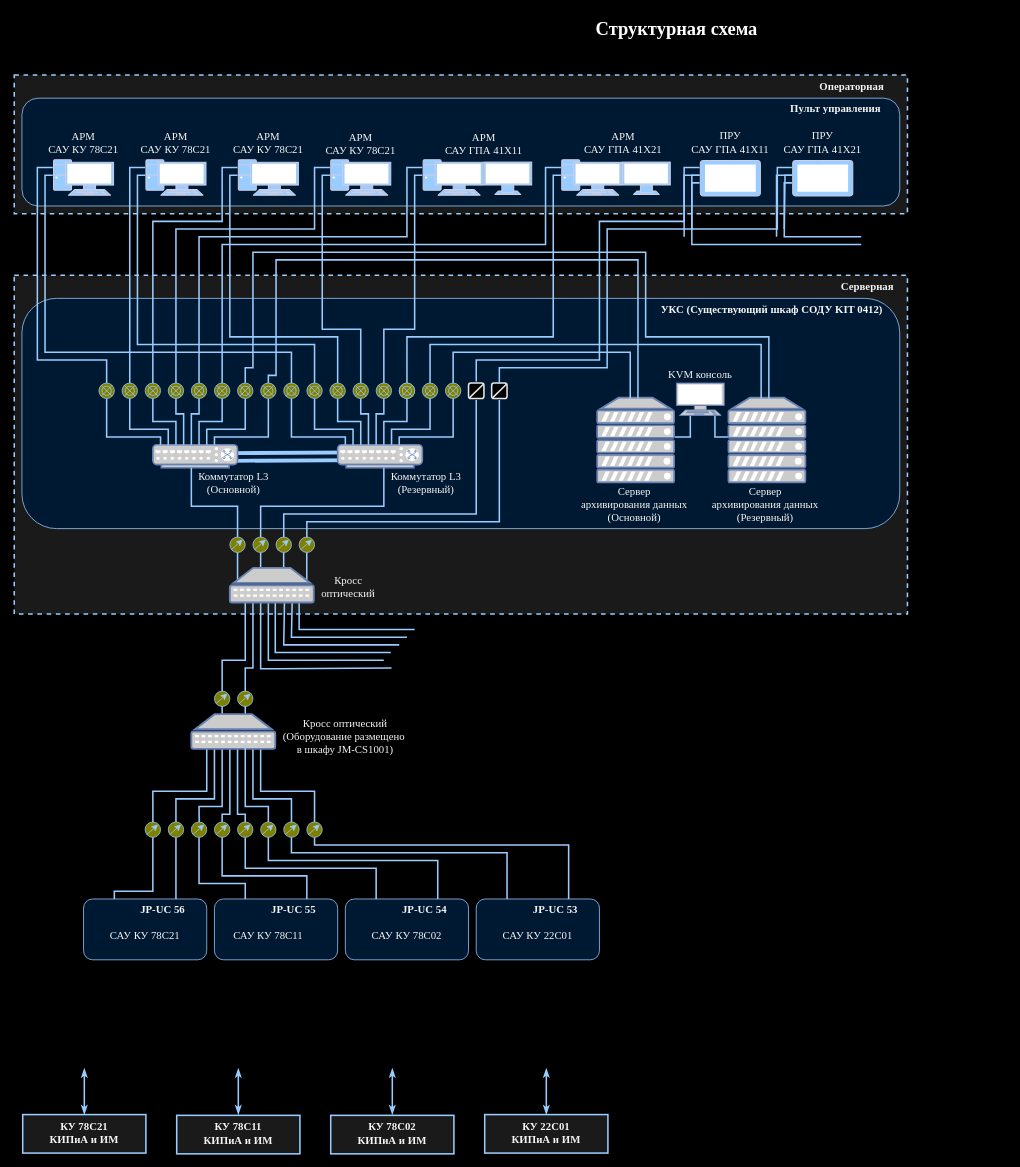
Above: Диаграмма без названия.drawio in Tretyak0ff/schemes (draw.io), before the change. Source tidied: cells renumbered, new cells numbered last; positions are measured from the earlier drawing's top-left corner, leaving out a move shared by most shapes. Both pictures are drawn from the tidied source at 77%, with x=0, y=0 at pixel (14, 13).
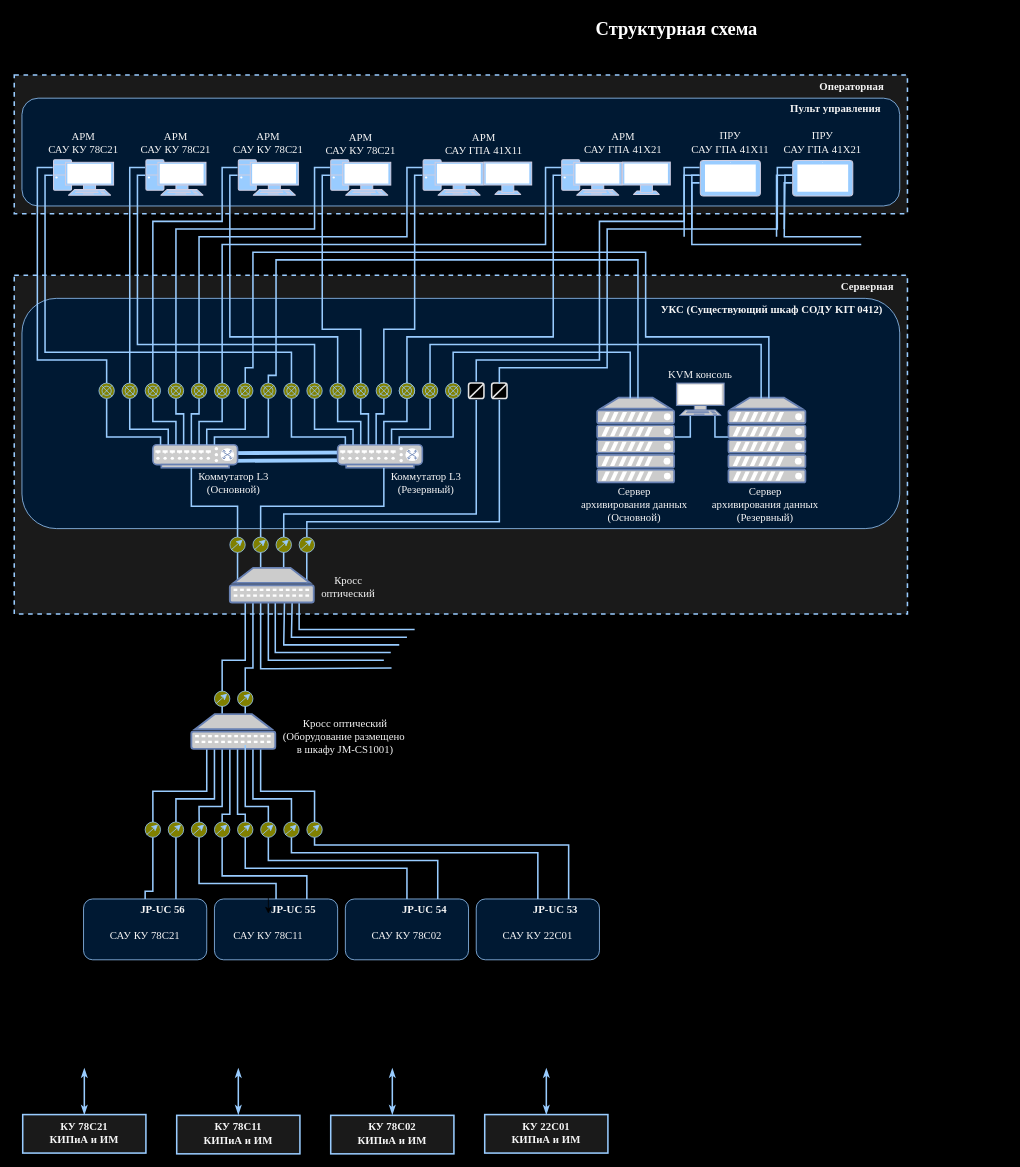
Above is the later version.

Unchanged cells that the change refers to:
```xml
<mxCell id="207" value="JP-UC 56&lt;span style=&quot;white-space: pre;&quot;&gt;&#9;&lt;/span&gt;" style="rounded=1;whiteSpace=wrap;html=1;fillColor=#001933;strokeColor=#99CCFF;align=right;verticalAlign=top;fontColor=#F5F5F5;labelBorderColor=none;strokeWidth=1;fontSize=14;fontFamily=Times New Roman;fontStyle=1;" parent="206" vertex="1">
  <mxGeometry width="160" height="79" as="geometry" />
</mxCell>
<mxCell id="210" value="JP-UC 55&lt;span style=&quot;white-space: pre;&quot;&gt;&#9;&lt;/span&gt;" style="rounded=1;whiteSpace=wrap;html=1;fillColor=#001933;strokeColor=#99CCFF;align=right;verticalAlign=top;fontColor=#F5F5F5;labelBorderColor=none;strokeWidth=1;fontSize=14;fontFamily=Times New Roman;fontStyle=1;" parent="209" vertex="1">
  <mxGeometry x="10" width="160" height="79" as="geometry" />
</mxCell>
<mxCell id="211" value="&lt;span style=&quot;text-wrap: nowrap;&quot;&gt;САУ КУ 78С1&lt;/span&gt;&lt;span style=&quot;text-wrap: nowrap; background-color: initial;&quot;&gt;1&lt;/span&gt;" style="text;whiteSpace=wrap;html=1;align=center;labelBackgroundColor=none;fontColor=#f5f5f5;verticalAlign=middle;fontSize=14;fontFamily=Times New Roman;" parent="209" vertex="1">
  <mxGeometry y="19" width="160" height="60" as="geometry" />
</mxCell>
<mxCell id="214" value="JP-UC 54&lt;span style=&quot;white-space: pre;&quot;&gt;&#9;&lt;/span&gt;" style="rounded=1;whiteSpace=wrap;html=1;fillColor=#001933;strokeColor=#99CCFF;align=right;verticalAlign=top;fontColor=#F5F5F5;labelBorderColor=none;strokeWidth=1;fontSize=14;fontFamily=Times New Roman;fontStyle=1;" parent="213" vertex="1">
  <mxGeometry width="160" height="79" as="geometry" />
</mxCell>
<mxCell id="217" value="JP-UC 53&lt;span style=&quot;white-space: pre;&quot;&gt;&#9;&lt;/span&gt;" style="rounded=1;whiteSpace=wrap;html=1;fillColor=#001933;strokeColor=#99CCFF;align=right;verticalAlign=top;fontColor=#F5F5F5;labelBorderColor=none;strokeWidth=1;fontSize=14;fontFamily=Times New Roman;fontStyle=1;" parent="216" vertex="1">
  <mxGeometry width="160" height="79" as="geometry" />
</mxCell>
<mxCell id="221" style="strokeWidth=1;html=1;shape=mxgraph.flowchart.start_2;whiteSpace=wrap;strokeColor=#99CCFF;fontColor=#1A1A1A;fillColor=#808000;fillStyle=solid;" parent="205" vertex="1">
  <mxGeometry x="290" y="1050" width="20" height="20" as="geometry" />
</mxCell>
<mxCell id="223" style="strokeWidth=1;html=1;shape=mxgraph.flowchart.start_2;whiteSpace=wrap;strokeColor=#99CCFF;fontColor=#1A1A1A;fillColor=#808000;fillStyle=solid;" parent="205" vertex="1">
  <mxGeometry x="350" y="1050" width="20" height="20" as="geometry" />
</mxCell>
<mxCell id="226" style="strokeWidth=1;html=1;shape=mxgraph.flowchart.start_2;whiteSpace=wrap;strokeColor=#99CCFF;fontColor=#1A1A1A;fillColor=#808000;fillStyle=solid;" parent="225" vertex="1">
  <mxGeometry width="20" height="20" as="geometry" />
</mxCell>
<mxCell id="232" style="strokeWidth=1;html=1;shape=mxgraph.flowchart.start_2;whiteSpace=wrap;strokeColor=#99CCFF;fontColor=#1A1A1A;fillColor=#808000;fillStyle=solid;" parent="231" vertex="1">
  <mxGeometry width="20" height="20" as="geometry" />
</mxCell>
```

The edit, as a diff of the source:
```diff
@@
+    <mxCell id="248" style="edgeStyle=orthogonalEdgeStyle;rounded=0;jettySize=auto;html=1;" parent="205" edge="1" source="223" target="211">
+      <mxGeometry relative="1" as="geometry" />
+    </mxCell>
@@
     <mxCell id="224" style="endArrow=classic;html=1;rounded=0;strokeColor=#99CCFF;fontColor=#1A1A1A;exitX=0.093;exitY=0.826;exitDx=0;exitDy=0;exitPerimeter=0;entryX=0.835;entryY=0.166;entryDx=0;entryDy=0;entryPerimeter=0;" parent="205" edge="1" source="223" target="223">
-      <mxGeometry relative="1" as="geometry" />
+      <mxGeometry relative="1" as="geometry">
+        <Array as="points">
+          <mxPoint x="360" y="1060" />
+        </Array>
+      </mxGeometry>
     </mxCell>
@@
-    <mxCell id="237" style="endArrow=none;html=1;rounded=0;strokeColor=#99CCFF;fontColor=#1A1A1A;strokeWidth=2;exitX=0.25;exitY=0;exitDx=0;exitDy=0;entryX=0.5;entryY=1;entryDx=0;entryDy=0;entryPerimeter=0;" parent="205" edge="1" source="207" target="232">
+    <mxCell id="237" style="endArrow=none;html=1;rounded=0;strokeColor=#99CCFF;fontColor=#1A1A1A;strokeWidth=2;exitX=0.5;exitY=0;exitDx=0;exitDy=0;entryX=0.5;entryY=1;entryDx=0;entryDy=0;entryPerimeter=0;" parent="205" edge="1" source="207" target="232">
       <mxGeometry relative="1" as="geometry">
         <Array as="points">
-          <mxPoint x="130" y="1140" />
+          <mxPoint x="170" y="1140" />
           <mxPoint x="180" y="1140" />
         </Array>
       </mxGeometry>
     </mxCell>
@@
-    <mxCell id="239" style="endArrow=none;html=1;rounded=0;strokeColor=#99CCFF;fontColor=#1A1A1A;strokeWidth=2;exitX=0.25;exitY=0;exitDx=0;exitDy=0;entryX=0.5;entryY=1;entryDx=0;entryDy=0;entryPerimeter=0;" parent="205" edge="1" source="210" target="226">
+    <mxCell id="239" style="endArrow=none;html=1;rounded=0;strokeColor=#99CCFF;fontColor=#1A1A1A;strokeWidth=2;exitX=0.5;exitY=0;exitDx=0;exitDy=0;entryX=0.5;entryY=1;entryDx=0;entryDy=0;entryPerimeter=0;" parent="205" edge="1" source="210" target="226">
       <mxGeometry relative="1" as="geometry">
         <Array as="points">
-          <mxPoint x="300" y="1130" />
+          <mxPoint x="340" y="1130" />
           <mxPoint x="240" y="1130" />
           <mxPoint x="240" y="1090" />
         </Array>
       </mxGeometry>
     </mxCell>
@@
-    <mxCell id="241" style="endArrow=none;html=1;rounded=0;strokeColor=#99CCFF;fontColor=#1A1A1A;strokeWidth=2;exitX=0.25;exitY=0;exitDx=0;exitDy=0;entryX=0.5;entryY=1;entryDx=0;entryDy=0;entryPerimeter=0;" parent="205" edge="1" source="214" target="221">
+    <mxCell id="241" style="endArrow=none;html=1;rounded=0;strokeColor=#99CCFF;fontColor=#1A1A1A;strokeWidth=2;exitX=0.5;exitY=0;exitDx=0;exitDy=0;entryX=0.5;entryY=1;entryDx=0;entryDy=0;entryPerimeter=0;" parent="205" edge="1" source="214" target="221">
       <mxGeometry relative="1" as="geometry">
         <Array as="points">
-          <mxPoint x="470" y="1110" />
+          <mxPoint x="510" y="1110" />
           <mxPoint x="300" y="1110" />
         </Array>
       </mxGeometry>
     </mxCell>
-    <mxCell id="242" style="endArrow=none;html=1;rounded=0;strokeColor=#99CCFF;fontColor=#1A1A1A;strokeWidth=2;exitX=0.25;exitY=0;exitDx=0;exitDy=0;entryX=0.5;entryY=1;entryDx=0;entryDy=0;entryPerimeter=0;" parent="205" edge="1" source="217" target="223">
+    <mxCell id="242" style="endArrow=none;html=1;rounded=0;strokeColor=#99CCFF;fontColor=#1A1A1A;strokeWidth=2;exitX=0.5;exitY=0;exitDx=0;exitDy=0;entryX=0.5;entryY=1;entryDx=0;entryDy=0;entryPerimeter=0;" parent="205" edge="1" source="217" target="223">
       <mxGeometry relative="1" as="geometry">
         <Array as="points">
-          <mxPoint x="640" y="1090" />
+          <mxPoint x="680" y="1090" />
           <mxPoint x="360" y="1090" />
         </Array>
       </mxGeometry>
     </mxCell>
```
